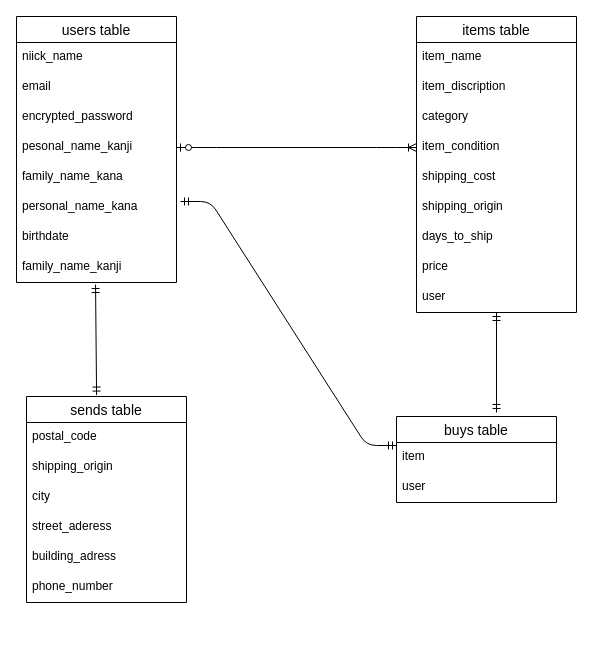
The draw.io diagram furima.dio in jony884/furima-39676, before the edit. Source tidied: cells renumbered, new cells numbered last; positions are measured from the earlier drawing's top-left corner, leaving out a move shared by most shapes. Both pictures are drawn from the tidied source at 100%, with x=0, y=0 at pixel (16, 16).
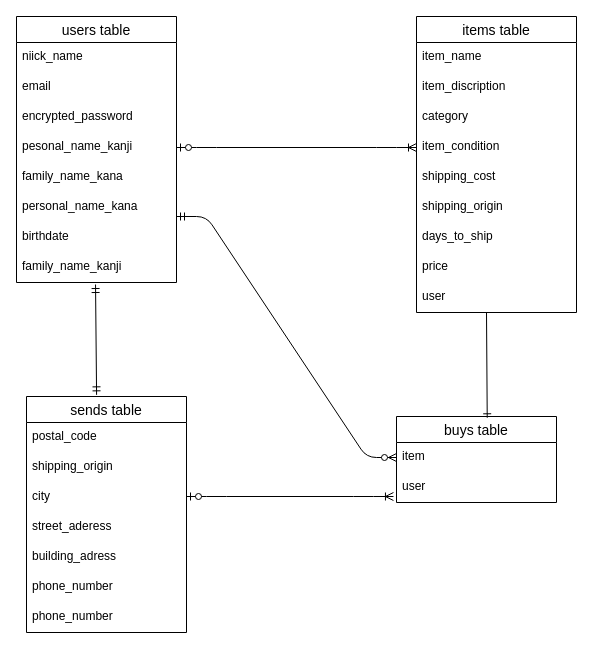
The same diagram, later.

The change refers to these unchanged cells:
```xml
<mxCell id="8" value="personal_name_kana" style="text;strokeColor=none;fillColor=none;spacingLeft=4;spacingRight=4;overflow=hidden;points=[[0,0.5],[1,0.5]];portConstraint=eastwest;fontSize=12;" parent="2" vertex="1">
  <mxGeometry y="176" width="160" height="30" as="geometry" />
</mxCell>
<mxCell id="20" value="user" style="text;strokeColor=none;fillColor=none;spacingLeft=4;spacingRight=4;overflow=hidden;points=[[0,0.5],[1,0.5]];portConstraint=eastwest;fontSize=12;" parent="11" vertex="1">
  <mxGeometry y="266" width="160" height="30" as="geometry" />
</mxCell>
<mxCell id="21" value="buys table" style="swimlane;fontStyle=0;horizontal=1;startSize=26;align=center;fontSize=14;" parent="1" vertex="1">
  <mxGeometry x="380" y="400" width="160" height="86" as="geometry" />
</mxCell>
<mxCell id="22" value="item" style="text;strokeColor=none;fillColor=none;spacingLeft=4;spacingRight=4;overflow=hidden;points=[[0,0.5],[1,0.5]];portConstraint=eastwest;fontSize=12;" parent="21" vertex="1">
  <mxGeometry y="26" width="160" height="30" as="geometry" />
</mxCell>
<mxCell id="23" value="user" style="text;strokeColor=none;fillColor=none;spacingLeft=4;spacingRight=4;overflow=hidden;points=[[0,0.5],[1,0.5]];portConstraint=eastwest;fontSize=12;" parent="21" vertex="1">
  <mxGeometry y="56" width="160" height="30" as="geometry" />
</mxCell>
```

Diff of the diagram source:
```diff
@@
     <mxCell id="25" value="sends table" style="swimlane;fontStyle=0;horizontal=1;startSize=26;align=center;fontSize=14;" parent="1" vertex="1">
-      <mxGeometry x="10" y="380" width="160" height="206" as="geometry" />
+      <mxGeometry x="10" y="380" width="160" height="236" as="geometry" />
     </mxCell>
@@
-    <mxCell id="32" style="edgeStyle=entityRelationEdgeStyle;fontSize=12;html=1;endArrow=ERmandOne;startArrow=ERmandOne;entryX=0;entryY=0.1;entryDx=0;entryDy=0;entryPerimeter=0;exitX=1.025;exitY=0.3;exitDx=0;exitDy=0;exitPerimeter=0;" parent="1" edge="1" source="8" target="22">
-      <mxGeometry relative="1" as="geometry" />
-    </mxCell>
+    <mxCell id="35" value="phone_number" style="text;strokeColor=none;fillColor=none;spacingLeft=4;spacingRight=4;overflow=hidden;fontSize=12;" parent="25" vertex="1">
+      <mxGeometry y="206" width="160" height="30" as="geometry" />
+    </mxCell>
@@
-    <mxCell id="34" style="fontSize=12;html=1;endArrow=ERmandOne;startArrow=ERmandOne;exitX=0.625;exitY=-0.047;exitDx=0;exitDy=0;exitPerimeter=0;" parent="1" edge="1" source="21" target="20">
-      <mxGeometry relative="1" as="geometry" />
-    </mxCell>
+    <mxCell id="36" style="edgeStyle=entityRelationEdgeStyle;fontSize=12;html=1;endArrow=ERzeroToMany;startArrow=ERmandOne;entryX=0;entryY=0.5;entryDx=0;entryDy=0;" parent="1" edge="1" target="22">
+      <mxGeometry relative="1" as="geometry">
+        <mxPoint x="160" y="200" as="sourcePoint" />
+      </mxGeometry>
+    </mxCell>
+    <mxCell id="37" style="fontSize=12;html=1;endArrow=ERone;endFill=1;entryX=0.567;entryY=0.015;entryDx=0;entryDy=0;entryPerimeter=0;" parent="1" edge="1" target="21">
+      <mxGeometry relative="1" as="geometry">
+        <mxPoint x="470" y="296" as="sourcePoint" />
+      </mxGeometry>
+    </mxCell>
+    <mxCell id="38" style="edgeStyle=entityRelationEdgeStyle;fontSize=12;html=1;endArrow=ERoneToMany;startArrow=ERzeroToOne;entryX=-0.019;entryY=0.8;entryDx=0;entryDy=0;entryPerimeter=0;" parent="1" edge="1" target="23">
+      <mxGeometry relative="1" as="geometry">
+        <mxPoint x="170" y="480" as="sourcePoint" />
+      </mxGeometry>
+    </mxCell>
```
